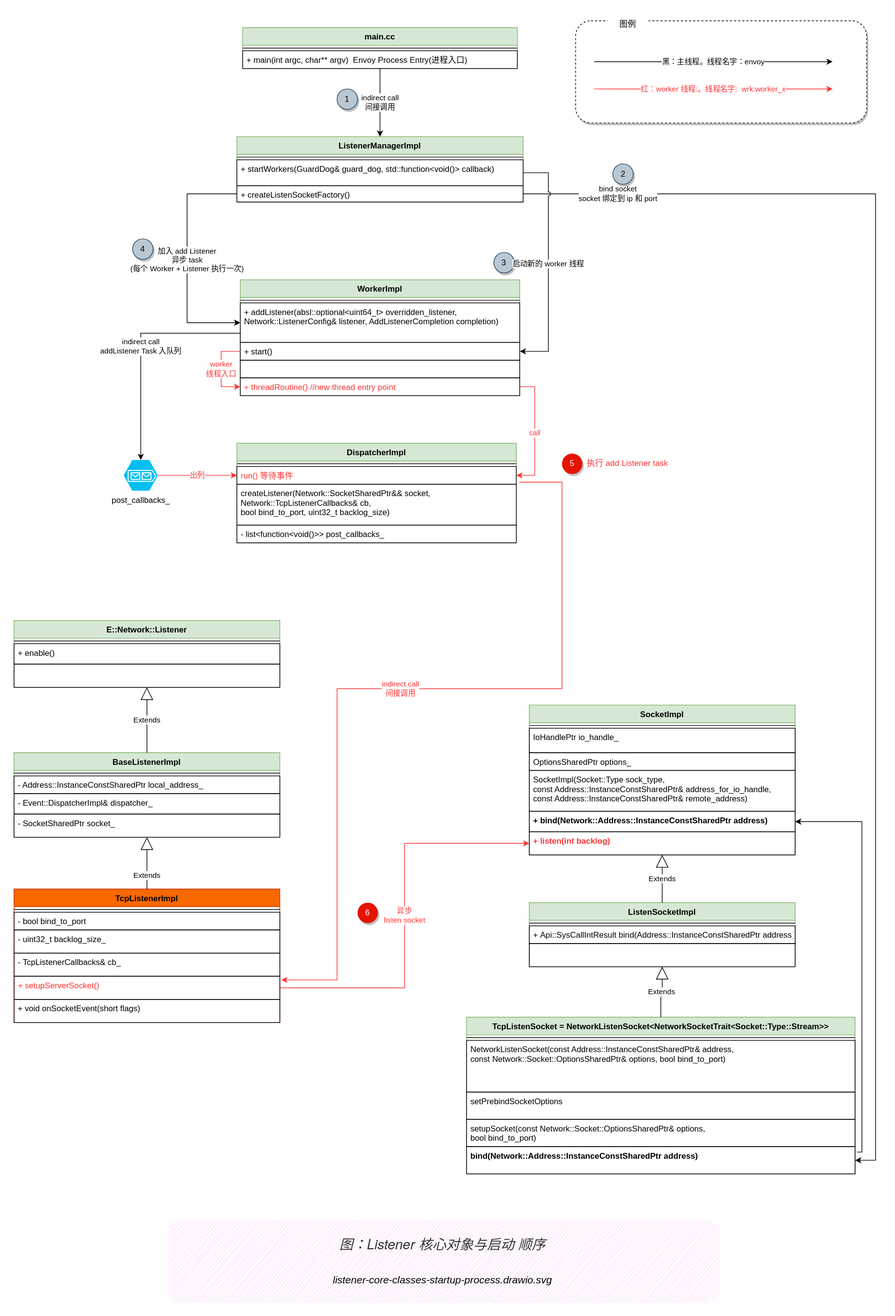
The draw.io diagram docs/source/ch2-envoy/arch/listener/listener.assets/listener-core-classes-startup-process.drawio.svg in labilezhu/istio-insider, before a commit. Source tidied: cells renumbered, new cells last; positions are measured from the earlier drawing's top-left corner, leaving out a move shared by most shapes.
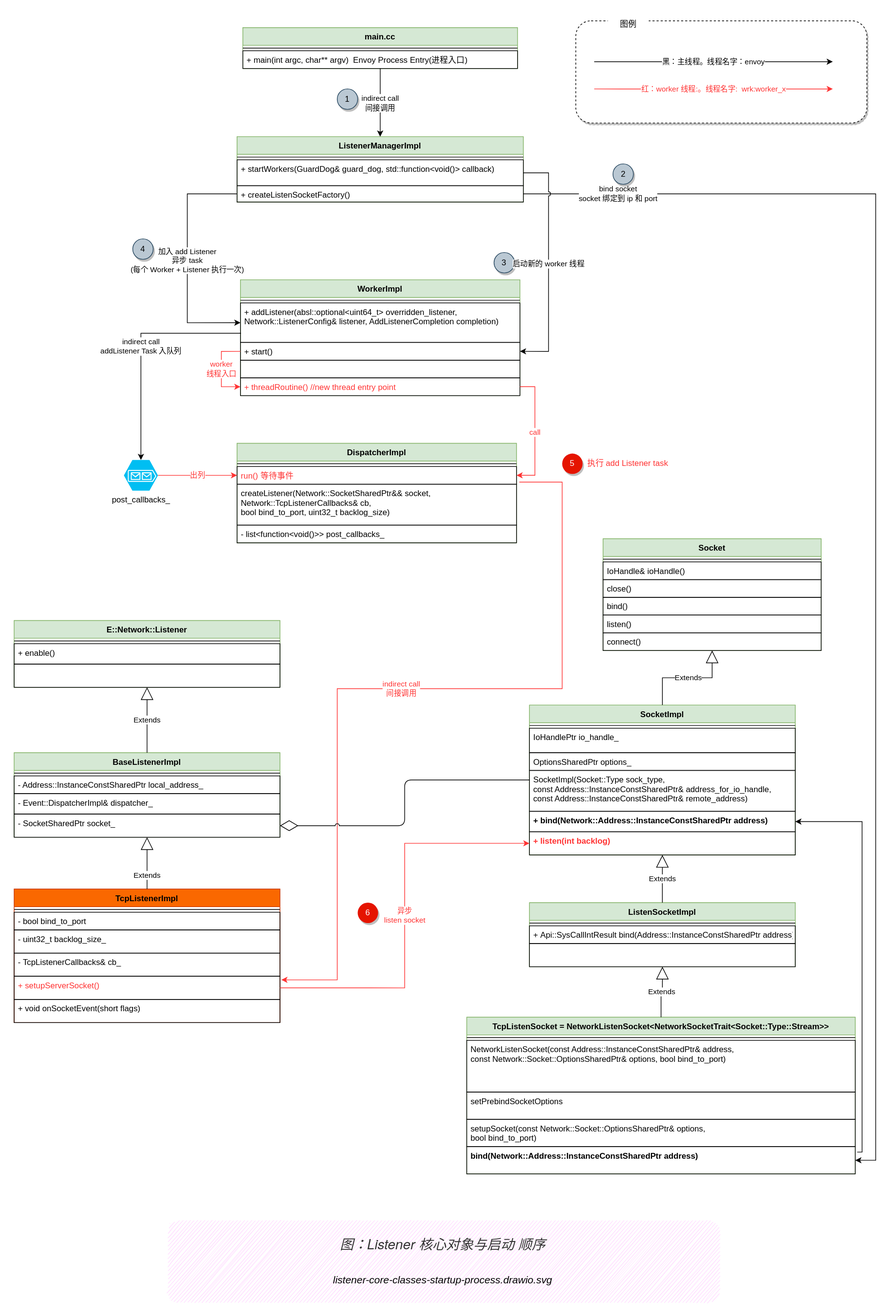
After the commit.

Diff of the diagram source:
```diff
@@ -116,7 +116,7 @@
       <mxGeometry y="60" width="390" height="34" as="geometry" />
     </mxCell>
     <mxCell id="39" value="Extends" style="endArrow=block;endSize=16;endFill=0;html=1;rounded=0;fontColor=default;strokeColor=#000000;strokeWidth=1;edgeStyle=orthogonalEdgeStyle;jumpStyle=arc;" parent="1" edge="1" source="35" target="21">
-      <mxGeometry relative="1" as="geometry" />
+      <mxGeometry x="0.01" relative="1" as="geometry" />
     </mxCell>
     <mxCell id="40" value="异步&lt;br&gt;listen socket" style="endArrow=classic;html=1;rounded=0;fontColor=#FF3333;strokeColor=#FF3333;strokeWidth=1;edgeStyle=orthogonalEdgeStyle;jumpStyle=arc;exitX=1;exitY=0.5;exitDx=0;exitDy=0;" parent="1" edge="1" source="18" target="27">
       <mxGeometry relative="1" as="geometry" />
@@ -277,5 +277,32 @@
     <mxCell id="80" style="endArrow=classic;html=1;rounded=0;fontColor=#FF3333;strokeColor=#000000;edgeStyle=orthogonalEdgeStyle;jumpStyle=arc;entryX=1;entryY=0.5;entryDx=0;entryDy=0;exitX=1.005;exitY=0.2;exitDx=0;exitDy=0;exitPerimeter=0;" parent="1" edge="1" source="33" target="26">
       <mxGeometry relative="1" as="geometry" />
     </mxCell>
+    <mxCell id="81" style="endArrow=diamondThin;endFill=0;endSize=24;html=1;edgeStyle=orthogonalEdgeStyle;jumpStyle=arc;" parent="1" edge="1" source="21" target="11">
+      <mxGeometry relative="1" as="geometry" />
+    </mxCell>
+    <mxCell id="82" value="Socket" style="swimlane;fontStyle=1;align=center;verticalAlign=top;horizontal=1;startSize=26;fillColor=#d5e8d4;strokeColor=#82b366;" parent="1" vertex="1">
+      <mxGeometry x="864" y="770" width="320" height="164" as="geometry" />
+    </mxCell>
+    <mxCell id="83" style="line;strokeWidth=1;fillColor=none;align=left;verticalAlign=middle;spacingTop=-1;spacingLeft=3;spacingRight=3;labelPosition=right;" parent="82" vertex="1">
+      <mxGeometry y="26" width="320" height="8" as="geometry" />
+    </mxCell>
+    <mxCell id="84" value="IoHandle&amp; ioHandle()" style="text;fillColor=none;align=left;verticalAlign=top;spacingLeft=4;spacingRight=4;overflow=hidden;strokeColor=#000000;" parent="82" vertex="1">
+      <mxGeometry y="34" width="320" height="26" as="geometry" />
+    </mxCell>
+    <mxCell id="85" value="close() " style="text;fillColor=none;align=left;verticalAlign=top;spacingLeft=4;spacingRight=4;overflow=hidden;strokeColor=#000000;" parent="82" vertex="1">
+      <mxGeometry y="60" width="320" height="26" as="geometry" />
+    </mxCell>
+    <mxCell id="86" value="bind()" style="text;fillColor=none;align=left;verticalAlign=top;spacingLeft=4;spacingRight=4;overflow=hidden;strokeColor=#000000;" parent="82" vertex="1">
+      <mxGeometry y="86" width="320" height="26" as="geometry" />
+    </mxCell>
+    <mxCell id="87" value="listen()" style="text;fillColor=none;align=left;verticalAlign=top;spacingLeft=4;spacingRight=4;overflow=hidden;strokeColor=#000000;" parent="82" vertex="1">
+      <mxGeometry y="112" width="320" height="26" as="geometry" />
+    </mxCell>
+    <mxCell id="88" value="connect()" style="text;fillColor=none;align=left;verticalAlign=top;spacingLeft=4;spacingRight=4;overflow=hidden;strokeColor=#000000;" parent="82" vertex="1">
+      <mxGeometry y="138" width="320" height="26" as="geometry" />
+    </mxCell>
+    <mxCell id="89" value="Extends" style="endArrow=block;endSize=16;endFill=0;html=1;rounded=0;fontColor=default;strokeColor=#000000;strokeWidth=1;edgeStyle=orthogonalEdgeStyle;jumpStyle=arc;" parent="1" edge="1" source="21" target="82">
+      <mxGeometry x="0.01" relative="1" as="geometry" />
+    </mxCell>
   </root>
 </mxGraphModel>
```
